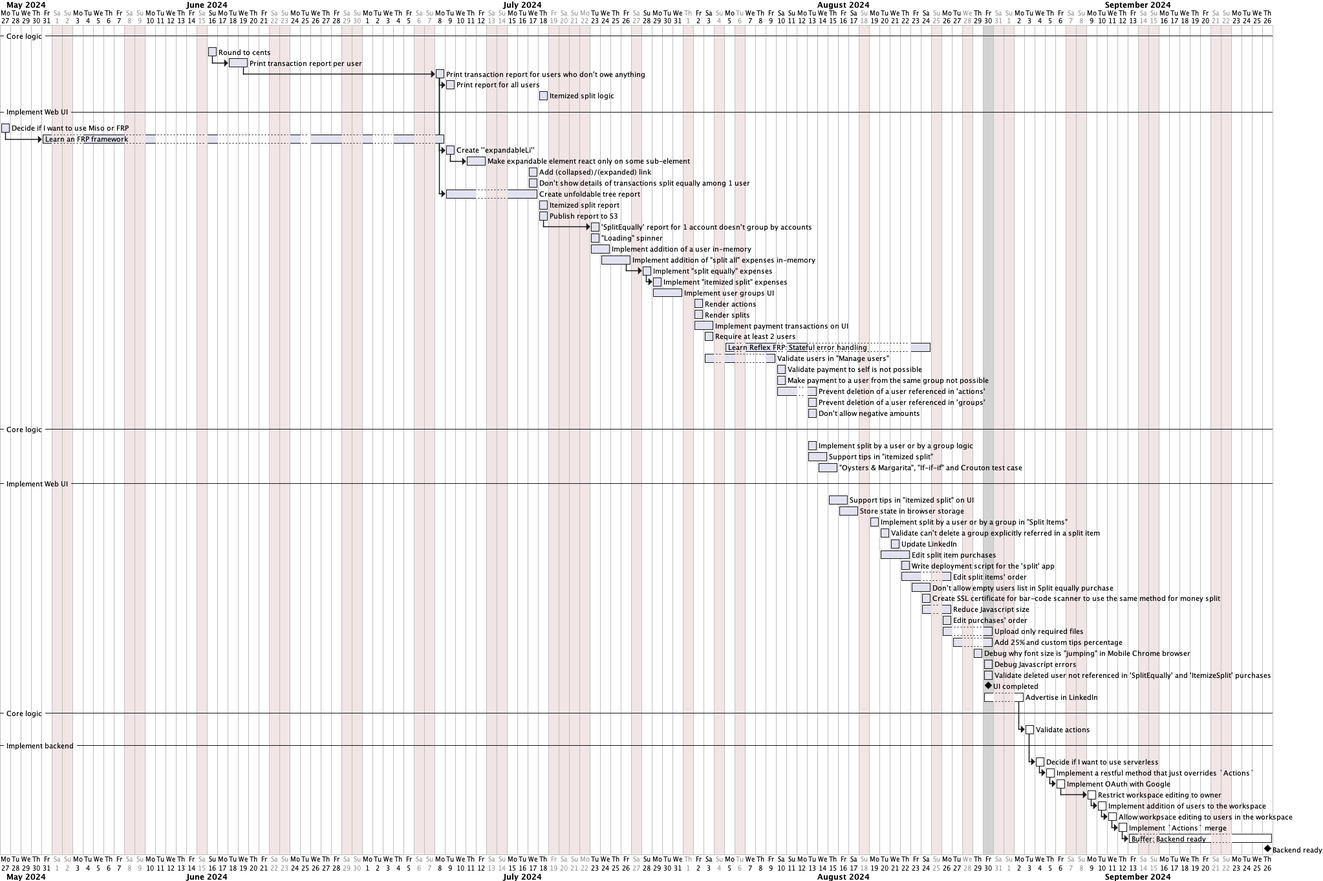
Above: plan.png in tellary/split (PlantUML), before the change.
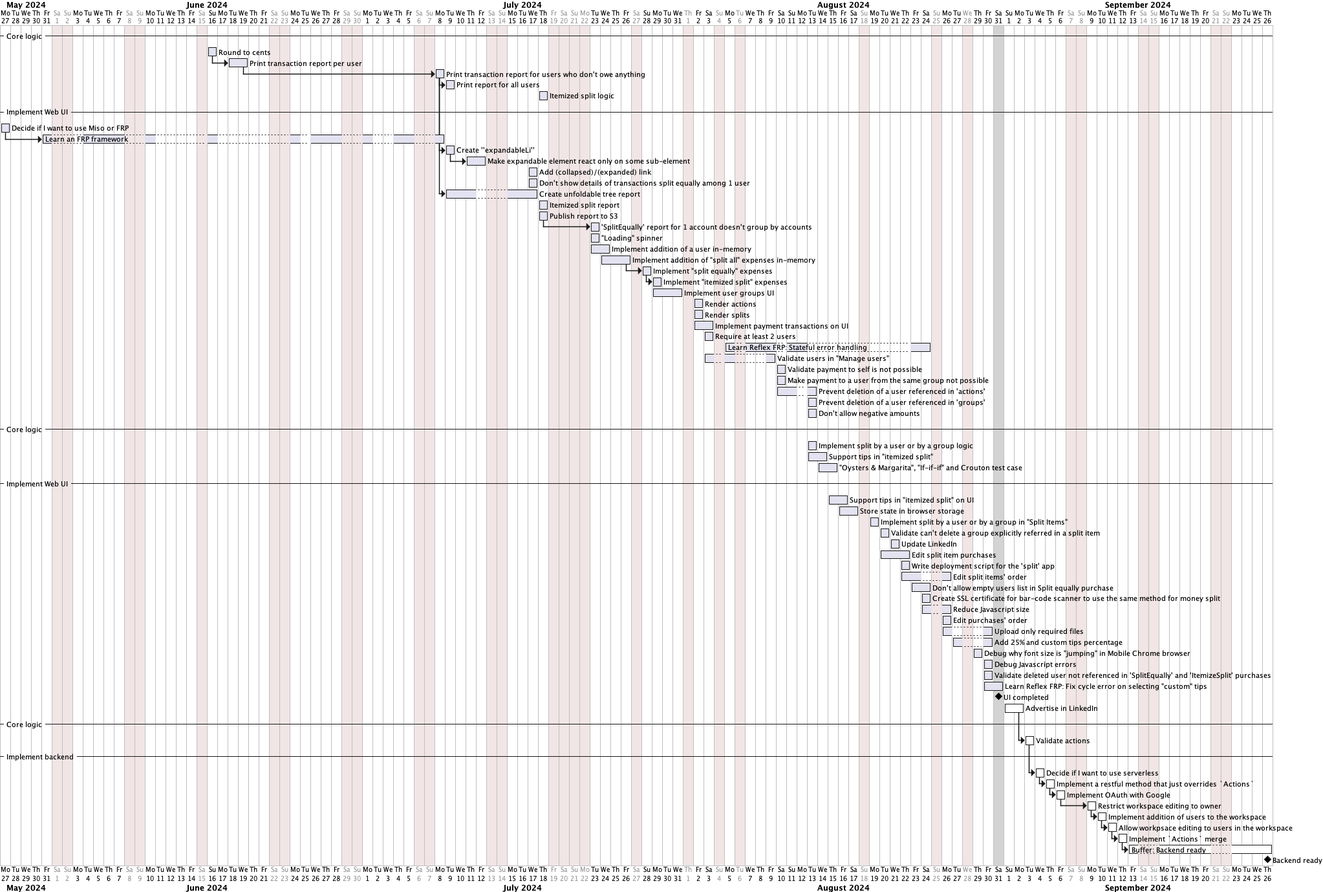
After the commit.

Change to the diagram source:
```diff
@@ -4,7 +4,7 @@
 saturday are closed
 sunday are closed
 
-today is 2024-08-30
+today is 2024-08-31
 today is colored in lightgrey
 
 -- Core logic --
@@ -103,11 +103,14 @@
 [Debug why font size is "jumping" in Mobile Chrome browser] is 100% completed and starts on 2024-08-29
 [Debug Javascript errors] is 100% completed and starts on 2024-08-30
 [Validate deleted user not referenced in 'SplitEqually' and 'ItemizeSplit' purchases] is 100% completed and starts on 2024-08-30
+[Learn Reflex FRP: Fix cycle error on selecting "custom" tips] is 100% completed and starts on 2024-08-30  and ends on 2024-08-31
 2024-08-17 is open
 2024-08-24 is open
 2024-08-28 is closed
-[UI completed] happens on 2024-08-30
-[Advertise in LinkedIn] is 0% completed and starts on 2024-08-30 and requires 2 days
+2024-08-31 is open
+2024-09-01 is open
+[UI completed] happens on 2024-08-31
+[Advertise in LinkedIn] is 0% completed and starts on 2024-09-01 and requires 2 days
 
 -- Core logic --
 
```
